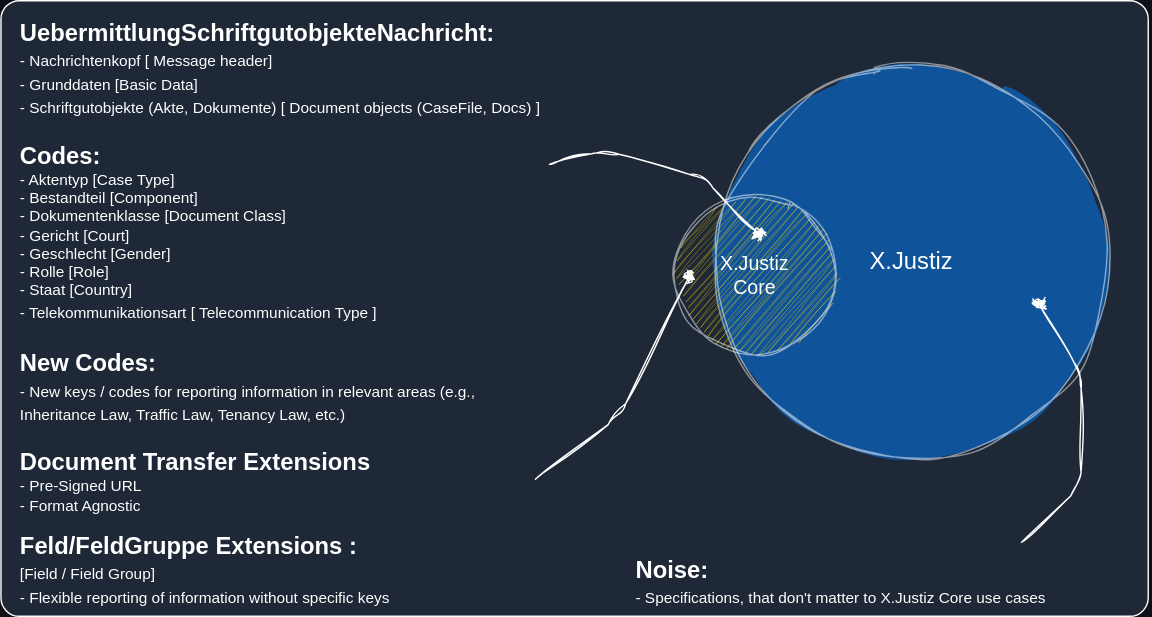
The draw.io diagram .media/README/xjustizcore-venn_EN.drawio.svg in l-pagel/X.Justiz.Core, before a commit. Source tidied: cells renumbered, new cells last; positions are measured from the earlier drawing's top-left corner, leaving out a move shared by most shapes. The source it was exported from:
```xml
<mxGraphModel background="#0d1117">
  <root>
    <mxCell id="0" />
    <mxCell id="1" parent="0" />
    <mxCell id="2" style="rounded=1;whiteSpace=wrap;html=1;hachureGap=4;fontFamily=Architects Daughter;fontSource=https%3A%2F%2Ffonts.googleapis.com%2Fcss%3Ffamily%3DArchitects%2BDaughter;fontSize=20;fontColor=#FFFFFF;fillColor=#1E2836;strokeWidth=1;glass=0;arcSize=3;fillStyle=auto;strokeColor=#FFFFFF;" parent="1" vertex="1">
      <mxGeometry width="820" height="440" as="geometry" />
    </mxCell>
    <mxCell id="3" value="&lt;b&gt;&lt;font style=&quot;font-size: 17px;&quot;&gt;UebermittlungSchriftgutobjekteNachricht:&lt;/font&gt;&lt;/b&gt;&lt;br&gt;&lt;div style=&quot;font-size: 13px;&quot;&gt;&lt;/div&gt;&lt;div style=&quot;&quot;&gt;&lt;div style=&quot;&quot;&gt;&lt;div style=&quot;&quot;&gt;&lt;span style=&quot;font-size: 11px; background-color: initial;&quot;&gt;-&amp;nbsp;&lt;/span&gt;&lt;span style=&quot;font-size: 11px; background-color: initial;&quot;&gt;Nachrichtenkopf [&lt;/span&gt;&lt;span style=&quot;background-color: initial; font-size: 11px;&quot;&gt;Message header]&lt;/span&gt;&lt;/div&gt;&lt;div style=&quot;font-size: 11px;&quot;&gt;&lt;/div&gt;&lt;div style=&quot;font-size: 11px;&quot;&gt;&lt;/div&gt;&lt;div style=&quot;&quot;&gt;&lt;span style=&quot;font-size: 11px; background-color: initial;&quot;&gt;-&amp;nbsp;&lt;/span&gt;&lt;span style=&quot;font-size: 11px; background-color: initial;&quot;&gt;Grunddaten [Basic Data]&lt;br&gt;- Schriftgutobjekte (Akte, Dokumente) [&lt;/span&gt;&lt;span style=&quot;background-color: initial; font-size: 11px;&quot;&gt;Document objects (CaseFile, Docs)&lt;/span&gt;&lt;span style=&quot;font-size: 11px; background-color: initial;&quot;&gt;]&lt;/span&gt;&lt;/div&gt;&lt;div style=&quot;&quot;&gt;&lt;span style=&quot;font-size: 11px; background-color: initial;&quot;&gt;&lt;br&gt;&lt;/span&gt;&lt;/div&gt;&lt;div style=&quot;font-size: 11px;&quot;&gt;&lt;/div&gt;&lt;span style=&quot;font-size: 11px; background-color: initial;&quot;&gt;&lt;b&gt;&lt;font style=&quot;font-size: 17px;&quot;&gt;Codes:&lt;/font&gt;&lt;/b&gt;&lt;/span&gt;&lt;/div&gt;&lt;div style=&quot;font-size: 11px;&quot;&gt;&lt;div style=&quot;&quot;&gt;&lt;/div&gt;&lt;/div&gt;&lt;div style=&quot;font-size: 11px;&quot;&gt;&lt;span style=&quot;background-color: initial;&quot;&gt;-&amp;nbsp;&lt;/span&gt;&lt;span style=&quot;background-color: initial;&quot;&gt;Aktentyp [Case Type]&lt;/span&gt;&lt;/div&gt;&lt;div style=&quot;font-size: 11px;&quot;&gt;&lt;/div&gt;&lt;div style=&quot;&quot;&gt;&lt;div style=&quot;font-size: 11px;&quot;&gt;&lt;span style=&quot;background-color: initial;&quot;&gt;-&amp;nbsp;&lt;/span&gt;&lt;span style=&quot;background-color: initial;&quot;&gt;Bestandteil&amp;nbsp;&lt;/span&gt;&lt;span style=&quot;background-color: initial;&quot;&gt;&amp;nbsp;&lt;/span&gt;&lt;span style=&quot;background-color: initial;&quot;&gt;[Component]&lt;/span&gt;&lt;/div&gt;&lt;span style=&quot;font-size: 11px; background-color: initial;&quot;&gt;&lt;div&gt;&lt;span style=&quot;background-color: initial;&quot;&gt;- Dokumentenklasse&amp;nbsp;&lt;/span&gt;&lt;span style=&quot;background-color: initial;&quot;&gt;&amp;nbsp;&lt;/span&gt;&lt;span style=&quot;background-color: initial;&quot;&gt;[Document Class]&lt;/span&gt;&lt;/div&gt;&lt;/span&gt;&lt;span style=&quot;font-size: 11px; background-color: initial;&quot;&gt;&lt;div&gt;&lt;span style=&quot;background-color: initial;&quot;&gt;- Gericht&amp;nbsp;&lt;/span&gt;&lt;span style=&quot;background-color: initial;&quot;&gt;&amp;nbsp;&lt;/span&gt;&lt;span style=&quot;background-color: initial;&quot;&gt;[Court]&lt;/span&gt;&lt;/div&gt;&lt;/span&gt;&lt;span style=&quot;font-size: 11px; background-color: initial;&quot;&gt;&lt;div&gt;&lt;span style=&quot;background-color: initial;&quot;&gt;- Geschlecht&lt;/span&gt;&lt;span style=&quot;background-color: initial;&quot;&gt;&amp;nbsp;&lt;/span&gt;&lt;span style=&quot;background-color: initial;&quot;&gt;[Gender]&lt;/span&gt;&lt;/div&gt;&lt;/span&gt;&lt;span style=&quot;font-size: 11px; background-color: initial;&quot;&gt;&lt;div&gt;&lt;span style=&quot;background-color: initial;&quot;&gt;- Rolle&lt;/span&gt;&lt;span style=&quot;background-color: initial;&quot;&gt;&amp;nbsp;&lt;/span&gt;&lt;span style=&quot;background-color: initial;&quot;&gt;[Role]&lt;/span&gt;&lt;/div&gt;&lt;/span&gt;&lt;span style=&quot;font-size: 11px; background-color: initial;&quot;&gt;&lt;div&gt;&lt;span style=&quot;background-color: initial;&quot;&gt;- Staat&lt;/span&gt;&lt;span style=&quot;background-color: initial;&quot;&gt;&amp;nbsp;&lt;/span&gt;&lt;span style=&quot;background-color: initial;&quot;&gt;[Country]&lt;/span&gt;&lt;/div&gt;&lt;/span&gt;&lt;span style=&quot;background-color: initial;&quot;&gt;&lt;div style=&quot;&quot;&gt;&lt;span style=&quot;font-size: 11px; background-color: initial;&quot;&gt;- Telekommunikationsart&lt;/span&gt;&lt;span style=&quot;font-size: 11px; background-color: initial;&quot;&gt;&amp;nbsp;&lt;/span&gt;&lt;span style=&quot;font-size: 11px; background-color: initial;&quot;&gt;[&lt;/span&gt;&lt;span style=&quot;background-color: initial; font-size: 11px;&quot;&gt;Telecommunication Type&lt;/span&gt;&lt;span style=&quot;font-size: 11px; background-color: initial;&quot;&gt;]&lt;/span&gt;&lt;/div&gt;&lt;div style=&quot;font-size: 11px;&quot;&gt;&lt;/div&gt;&lt;/span&gt;&lt;/div&gt;&lt;/div&gt;&lt;div style=&quot;&quot;&gt;&lt;/div&gt;" style="text;html=1;strokeColor=none;fillColor=none;align=left;verticalAlign=top;whiteSpace=wrap;rounded=0;fillStyle=auto;fontSize=14;opacity=50;sketch=1;curveFitting=1;jiggle=2;glass=0;fontColor=#FFFFFF;" parent="1" vertex="1">
      <mxGeometry x="12" y="7" width="380" height="220" as="geometry" />
    </mxCell>
    <mxCell id="4" value="&lt;div style=&quot;&quot;&gt;&lt;b style=&quot;background-color: initial;&quot;&gt;&lt;font style=&quot;font-size: 17px;&quot;&gt;New Codes:&lt;/font&gt;&lt;/b&gt;&lt;/div&gt;&lt;div style=&quot;font-size: 13px;&quot;&gt;&lt;/div&gt;&lt;div style=&quot;&quot;&gt;&lt;div style=&quot;&quot;&gt;&lt;div style=&quot;&quot;&gt;&lt;span style=&quot;background-color: initial;&quot;&gt;&lt;span style=&quot;font-size: 11px;&quot;&gt;- New keys / codes for reporting information in relevant areas (e.g., Inheritance Law, Traffic Law, Tenancy Law, etc.)&amp;nbsp;&lt;/span&gt;&lt;/span&gt;&lt;/div&gt;&lt;div style=&quot;&quot;&gt;&lt;span style=&quot;background-color: initial;&quot;&gt;&lt;span style=&quot;font-size: 11px;&quot;&gt;&lt;br&gt;&lt;/span&gt;&lt;/span&gt;&lt;/div&gt;&lt;div style=&quot;&quot;&gt;&lt;b style=&quot;background-color: initial; font-size: 17px;&quot;&gt;Document Transfer Extensions&lt;/b&gt;&lt;/div&gt;&lt;div style=&quot;&quot;&gt;&lt;/div&gt;&lt;/div&gt;&lt;div style=&quot;font-size: 11px;&quot;&gt;&lt;div style=&quot;&quot;&gt;&lt;/div&gt;&lt;/div&gt;&lt;div style=&quot;font-size: 11px;&quot;&gt;&lt;span style=&quot;background-color: initial;&quot;&gt;-&amp;nbsp;&lt;/span&gt;&lt;span style=&quot;background-color: initial;&quot;&gt;Pre-Signed URL&lt;/span&gt;&lt;/div&gt;&lt;div style=&quot;font-size: 11px;&quot;&gt;&lt;span style=&quot;background-color: initial;&quot;&gt;- Format Agnostic&lt;/span&gt;&lt;/div&gt;&lt;div style=&quot;font-size: 11px;&quot;&gt;&lt;span style=&quot;background-color: initial;&quot;&gt;&lt;br&gt;&lt;/span&gt;&lt;/div&gt;&lt;div style=&quot;&quot;&gt;&lt;div style=&quot;&quot;&gt;&lt;span style=&quot;background-color: initial; font-size: 17px;&quot;&gt;&lt;b&gt;Feld/FeldGruppe Extensions&lt;/b&gt;&lt;/span&gt;&lt;b style=&quot;font-size: 14px; background-color: initial;&quot;&gt;&lt;font style=&quot;font-size: 17px;&quot;&gt;:&lt;/font&gt;&lt;/b&gt;&lt;/div&gt;&lt;div style=&quot;font-size: 13px;&quot;&gt;&lt;/div&gt;&lt;div style=&quot;&quot;&gt;&lt;span style=&quot;font-size: 14px; background-color: initial;&quot;&gt;&lt;span style=&quot;font-size: 11px;&quot;&gt;&amp;nbsp; [Field / Field Group]&lt;/span&gt;&lt;/span&gt;&lt;/div&gt;&lt;div style=&quot;&quot;&gt;&lt;span style=&quot;background-color: initial; font-size: 11px;&quot;&gt;- Flexible reporting of information without specific keys&lt;/span&gt;&lt;/div&gt;&lt;/div&gt;&lt;div style=&quot;font-size: 11px;&quot;&gt;&lt;/div&gt;&lt;div style=&quot;font-size: 11px;&quot;&gt;&lt;div&gt;&lt;/div&gt;&lt;/div&gt;&lt;/div&gt;&lt;div style=&quot;&quot;&gt;&lt;/div&gt;" style="text;html=1;strokeColor=none;fillColor=none;align=left;verticalAlign=bottom;whiteSpace=wrap;rounded=0;fillStyle=auto;fontSize=14;opacity=50;sketch=1;curveFitting=1;jiggle=2;fontColor=#FFFFFF;" parent="1" vertex="1">
      <mxGeometry x="12" y="247" width="370" height="190" as="geometry" />
    </mxCell>
    <mxCell id="5" value="X.Justiz" style="ellipse;whiteSpace=wrap;html=1;fillStyle=solid;fillColor=#007FFF;fontColor=#FFFFFF;strokeColor=#FFFFFF;gradientColor=none;opacity=50;fontStyle=0;fontSize=17;rounded=0;sketch=1;curveFitting=1;jiggle=2;shadow=0;" parent="1" vertex="1">
      <mxGeometry x="511" y="47" width="280" height="280" as="geometry" />
    </mxCell>
    <mxCell id="6" value="X.Justiz&lt;br style=&quot;font-size: 14px;&quot;&gt;Core" style="ellipse;whiteSpace=wrap;html=1;fillColor=#FFD700;opacity=50;fillStyle=auto;strokeColor=#FFFFFF;fontSize=14;rounded=0;sketch=1;curveFitting=1;jiggle=2;fontColor=#FFFFFF;" parent="1" vertex="1">
      <mxGeometry x="482" y="139" width="114" height="114" as="geometry" />
    </mxCell>
    <mxCell id="7" style="edgeStyle=none;sketch=1;hachureGap=4;jiggle=2;curveFitting=1;html=1;fontFamily=Architects Daughter;fontSource=https%3A%2F%2Ffonts.googleapis.com%2Fcss%3Ffamily%3DArchitects%2BDaughter;fontSize=16;exitX=1;exitY=0.5;exitDx=0;exitDy=0;endArrow=oval;endFill=1;strokeColor=#FFFFFF;" parent="1" edge="1" source="3">
      <mxGeometry relative="1" as="geometry">
        <mxPoint x="542" y="167" as="targetPoint" />
        <Array as="points">
          <mxPoint x="432" y="107" />
          <mxPoint x="502" y="127" />
        </Array>
      </mxGeometry>
    </mxCell>
    <mxCell id="8" style="edgeStyle=none;sketch=1;hachureGap=4;jiggle=2;curveFitting=1;html=1;fontFamily=Architects Daughter;fontSource=https%3A%2F%2Ffonts.googleapis.com%2Fcss%3Ffamily%3DArchitects%2BDaughter;fontSize=16;exitX=1;exitY=0.5;exitDx=0;exitDy=0;entryX=0.088;entryY=0.509;entryDx=0;entryDy=0;entryPerimeter=0;endArrow=oval;endFill=1;strokeColor=#FFFFFF;" parent="1" edge="1" source="4" target="6">
      <mxGeometry relative="1" as="geometry">
        <Array as="points">
          <mxPoint x="442" y="297" />
        </Array>
      </mxGeometry>
    </mxCell>
    <mxCell id="9" value="&lt;div style=&quot;&quot;&gt;&lt;b style=&quot;background-color: initial;&quot;&gt;&lt;font style=&quot;font-size: 17px;&quot;&gt;Noise:&lt;/font&gt;&lt;/b&gt;&lt;/div&gt;&lt;div style=&quot;font-size: 13px;&quot;&gt;&lt;/div&gt;&lt;div style=&quot;&quot;&gt;&lt;div style=&quot;&quot;&gt;&lt;div style=&quot;&quot;&gt;&lt;span style=&quot;background-color: initial;&quot;&gt;&lt;span style=&quot;font-size: 11px;&quot;&gt;- Specifications, that don't matter to X.Justiz Core use cases&lt;/span&gt;&lt;/span&gt;&lt;/div&gt;&lt;/div&gt;&lt;div style=&quot;font-size: 11px;&quot;&gt;&lt;/div&gt;&lt;div style=&quot;font-size: 11px;&quot;&gt;&lt;div&gt;&lt;/div&gt;&lt;/div&gt;&lt;/div&gt;&lt;div style=&quot;&quot;&gt;&lt;/div&gt;" style="text;html=1;strokeColor=none;fillColor=none;align=left;verticalAlign=bottom;whiteSpace=wrap;rounded=0;fillStyle=auto;fontSize=14;opacity=50;sketch=1;curveFitting=1;jiggle=2;fontColor=#FFFFFF;" parent="1" vertex="1">
      <mxGeometry x="452" y="387" width="370" height="50" as="geometry" />
    </mxCell>
    <mxCell id="10" style="edgeStyle=none;sketch=1;hachureGap=4;jiggle=2;curveFitting=1;html=1;fontFamily=Architects Daughter;fontSource=https%3A%2F%2Ffonts.googleapis.com%2Fcss%3Ffamily%3DArchitects%2BDaughter;fontSize=16;exitX=0.75;exitY=0;exitDx=0;exitDy=0;entryX=0.825;entryY=0.607;entryDx=0;entryDy=0;entryPerimeter=0;endArrow=oval;endFill=1;strokeColor=#FFFFFF;" parent="1" edge="1" source="9" target="5">
      <mxGeometry relative="1" as="geometry">
        <Array as="points">
          <mxPoint x="772" y="347" />
          <mxPoint x="772" y="267" />
        </Array>
      </mxGeometry>
    </mxCell>
  </root>
</mxGraphModel>
```
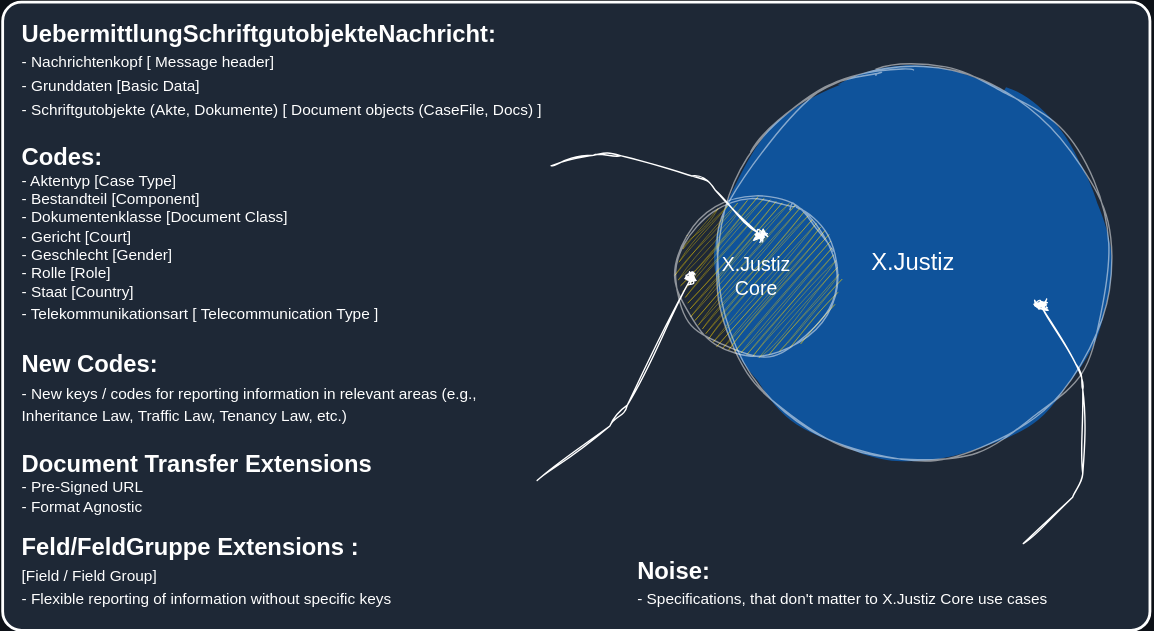
After the commit.

Diff of the diagram source:
```diff
@@ -2,8 +2,8 @@
   <root>
     <mxCell id="0" />
     <mxCell id="1" parent="0" />
-    <mxCell id="2" style="rounded=1;whiteSpace=wrap;html=1;hachureGap=4;fontFamily=Architects Daughter;fontSource=https%3A%2F%2Ffonts.googleapis.com%2Fcss%3Ffamily%3DArchitects%2BDaughter;fontSize=20;fontColor=#FFFFFF;fillColor=#1E2836;strokeWidth=1;glass=0;arcSize=3;fillStyle=auto;strokeColor=#FFFFFF;" parent="1" vertex="1">
-      <mxGeometry width="820" height="440" as="geometry" />
+    <mxCell id="2" style="rounded=1;whiteSpace=wrap;html=1;hachureGap=4;fontFamily=Architects Daughter;fontSource=https%3A%2F%2Ffonts.googleapis.com%2Fcss%3Ffamily%3DArchitects%2BDaughter;fontSize=20;fontColor=#FFFFFF;fillColor=#1E2836;strokeWidth=2;glass=0;arcSize=3;fillStyle=auto;strokeColor=#FFFFFF;" parent="1" vertex="1">
+      <mxGeometry width="820" height="449" as="geometry" />
     </mxCell>
     <mxCell id="3" value="&lt;b&gt;&lt;font style=&quot;font-size: 17px;&quot;&gt;UebermittlungSchriftgutobjekteNachricht:&lt;/font&gt;&lt;/b&gt;&lt;br&gt;&lt;div style=&quot;font-size: 13px;&quot;&gt;&lt;/div&gt;&lt;div style=&quot;&quot;&gt;&lt;div style=&quot;&quot;&gt;&lt;div style=&quot;&quot;&gt;&lt;span style=&quot;font-size: 11px; background-color: initial;&quot;&gt;-&amp;nbsp;&lt;/span&gt;&lt;span style=&quot;font-size: 11px; background-color: initial;&quot;&gt;Nachrichtenkopf [&lt;/span&gt;&lt;span style=&quot;background-color: initial; font-size: 11px;&quot;&gt;Message header]&lt;/span&gt;&lt;/div&gt;&lt;div style=&quot;font-size: 11px;&quot;&gt;&lt;/div&gt;&lt;div style=&quot;font-size: 11px;&quot;&gt;&lt;/div&gt;&lt;div style=&quot;&quot;&gt;&lt;span style=&quot;font-size: 11px; background-color: initial;&quot;&gt;-&amp;nbsp;&lt;/span&gt;&lt;span style=&quot;font-size: 11px; background-color: initial;&quot;&gt;Grunddaten [Basic Data]&lt;br&gt;- Schriftgutobjekte (Akte, Dokumente) [&lt;/span&gt;&lt;span style=&quot;background-color: initial; font-size: 11px;&quot;&gt;Document objects (CaseFile, Docs)&lt;/span&gt;&lt;span style=&quot;font-size: 11px; background-color: initial;&quot;&gt;]&lt;/span&gt;&lt;/div&gt;&lt;div style=&quot;&quot;&gt;&lt;span style=&quot;font-size: 11px; background-color: initial;&quot;&gt;&lt;br&gt;&lt;/span&gt;&lt;/div&gt;&lt;div style=&quot;font-size: 11px;&quot;&gt;&lt;/div&gt;&lt;span style=&quot;font-size: 11px; background-color: initial;&quot;&gt;&lt;b&gt;&lt;font style=&quot;font-size: 17px;&quot;&gt;Codes:&lt;/font&gt;&lt;/b&gt;&lt;/span&gt;&lt;/div&gt;&lt;div style=&quot;font-size: 11px;&quot;&gt;&lt;div style=&quot;&quot;&gt;&lt;/div&gt;&lt;/div&gt;&lt;div style=&quot;font-size: 11px;&quot;&gt;&lt;span style=&quot;background-color: initial;&quot;&gt;-&amp;nbsp;&lt;/span&gt;&lt;span style=&quot;background-color: initial;&quot;&gt;Aktentyp [Case Type]&lt;/span&gt;&lt;/div&gt;&lt;div style=&quot;font-size: 11px;&quot;&gt;&lt;/div&gt;&lt;div style=&quot;&quot;&gt;&lt;div style=&quot;font-size: 11px;&quot;&gt;&lt;span style=&quot;background-color: initial;&quot;&gt;-&amp;nbsp;&lt;/span&gt;&lt;span style=&quot;background-color: initial;&quot;&gt;Bestandteil&amp;nbsp;&lt;/span&gt;&lt;span style=&quot;background-color: initial;&quot;&gt;&amp;nbsp;&lt;/span&gt;&lt;span style=&quot;background-color: initial;&quot;&gt;[Component]&lt;/span&gt;&lt;/div&gt;&lt;span style=&quot;font-size: 11px; background-color: initial;&quot;&gt;&lt;div&gt;&lt;span style=&quot;background-color: initial;&quot;&gt;- Dokumentenklasse&amp;nbsp;&lt;/span&gt;&lt;span style=&quot;background-color: initial;&quot;&gt;&amp;nbsp;&lt;/span&gt;&lt;span style=&quot;background-color: initial;&quot;&gt;[Document Class]&lt;/span&gt;&lt;/div&gt;&lt;/span&gt;&lt;span style=&quot;font-size: 11px; background-color: initial;&quot;&gt;&lt;div&gt;&lt;span style=&quot;background-color: initial;&quot;&gt;- Gericht&amp;nbsp;&lt;/span&gt;&lt;span style=&quot;background-color: initial;&quot;&gt;&amp;nbsp;&lt;/span&gt;&lt;span style=&quot;background-color: initial;&quot;&gt;[Court]&lt;/span&gt;&lt;/div&gt;&lt;/span&gt;&lt;span style=&quot;font-size: 11px; background-color: initial;&quot;&gt;&lt;div&gt;&lt;span style=&quot;background-color: initial;&quot;&gt;- Geschlecht&lt;/span&gt;&lt;span style=&quot;background-color: initial;&quot;&gt;&amp;nbsp;&lt;/span&gt;&lt;span style=&quot;background-color: initial;&quot;&gt;[Gender]&lt;/span&gt;&lt;/div&gt;&lt;/span&gt;&lt;span style=&quot;font-size: 11px; background-color: initial;&quot;&gt;&lt;div&gt;&lt;span style=&quot;background-color: initial;&quot;&gt;- Rolle&lt;/span&gt;&lt;span style=&quot;background-color: initial;&quot;&gt;&amp;nbsp;&lt;/span&gt;&lt;span style=&quot;background-color: initial;&quot;&gt;[Role]&lt;/span&gt;&lt;/div&gt;&lt;/span&gt;&lt;span style=&quot;font-size: 11px; background-color: initial;&quot;&gt;&lt;div&gt;&lt;span style=&quot;background-color: initial;&quot;&gt;- Staat&lt;/span&gt;&lt;span style=&quot;background-color: initial;&quot;&gt;&amp;nbsp;&lt;/span&gt;&lt;span style=&quot;background-color: initial;&quot;&gt;[Country]&lt;/span&gt;&lt;/div&gt;&lt;/span&gt;&lt;span style=&quot;background-color: initial;&quot;&gt;&lt;div style=&quot;&quot;&gt;&lt;span style=&quot;font-size: 11px; background-color: initial;&quot;&gt;- Telekommunikationsart&lt;/span&gt;&lt;span style=&quot;font-size: 11px; background-color: initial;&quot;&gt;&amp;nbsp;&lt;/span&gt;&lt;span style=&quot;font-size: 11px; background-color: initial;&quot;&gt;[&lt;/span&gt;&lt;span style=&quot;background-color: initial; font-size: 11px;&quot;&gt;Telecommunication Type&lt;/span&gt;&lt;span style=&quot;font-size: 11px; background-color: initial;&quot;&gt;]&lt;/span&gt;&lt;/div&gt;&lt;div style=&quot;font-size: 11px;&quot;&gt;&lt;/div&gt;&lt;/span&gt;&lt;/div&gt;&lt;/div&gt;&lt;div style=&quot;&quot;&gt;&lt;/div&gt;" style="text;html=1;strokeColor=none;fillColor=none;align=left;verticalAlign=top;whiteSpace=wrap;rounded=0;fillStyle=auto;fontSize=14;opacity=50;sketch=1;curveFitting=1;jiggle=2;glass=0;fontColor=#FFFFFF;" parent="1" vertex="1">
       <mxGeometry x="12" y="7" width="380" height="220" as="geometry" />
```
